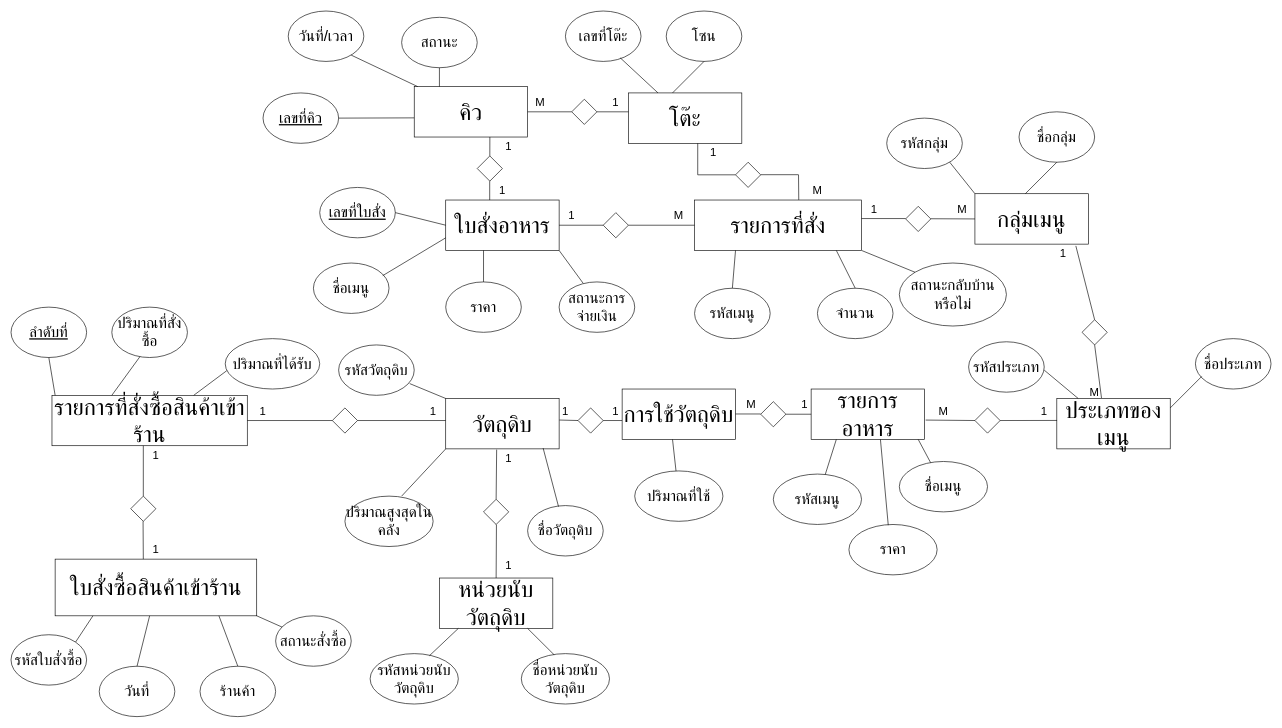
banthitamakjeen/git-workshop keeps this draw.io diagram as แบบแผนที่ยังไม่ได้ตั้งชื่อ.drawio. Above is the earlier version. Source tidied: cells renumbered, new cells numbered last; positions are measured from the earlier drawing's top-left corner, leaving out a move shared by most shapes. Both pictures are drawn from the tidied source at 63%, with x=0, y=0 at pixel (11, 11).
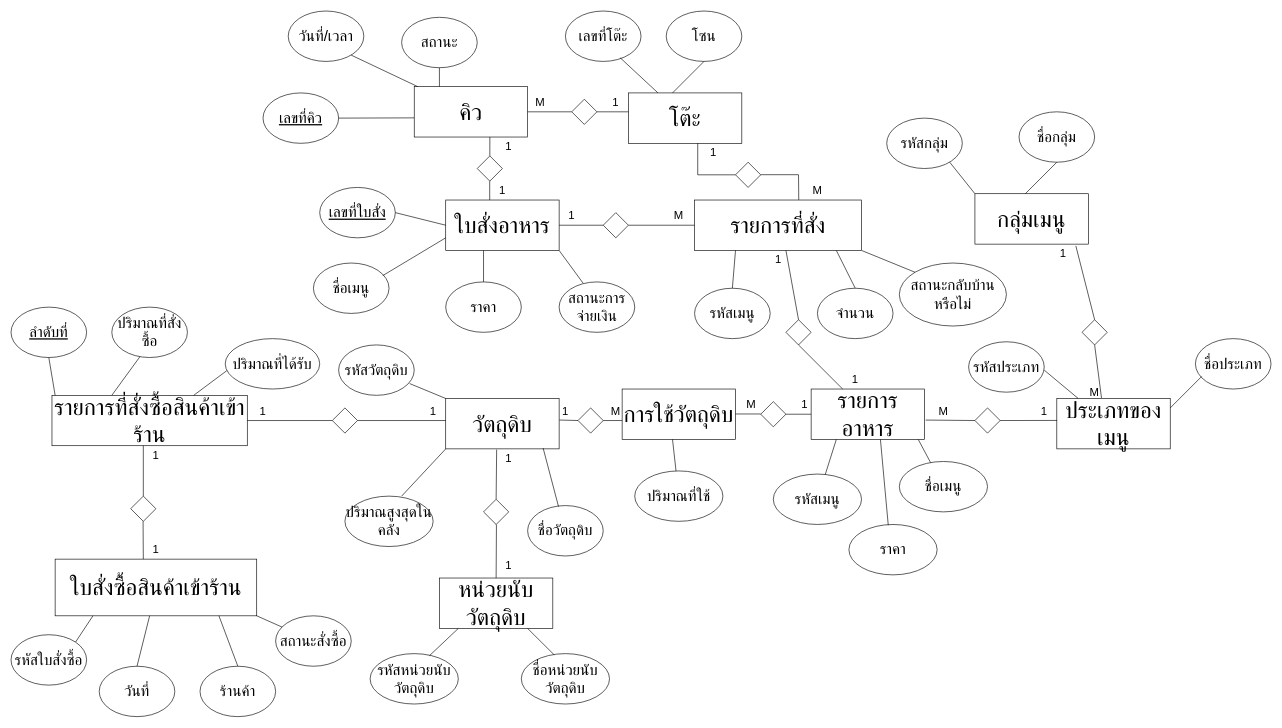
The same page after the edit.

The change refers to these unchanged cells:
```xml
<mxCell id="18" value="&lt;font style=&quot;font-size: 36px;&quot;&gt;รายการอาหาร&lt;/font&gt;" style="rounded=0;whiteSpace=wrap;html=1;" parent="1" vertex="1">
  <mxGeometry x="1270" y="600" width="180" height="80" as="geometry" />
</mxCell>
<mxCell id="20" value="&lt;font style=&quot;font-size: 36px;&quot;&gt;กลุ่มเมนู&lt;/font&gt;" style="rounded=0;whiteSpace=wrap;html=1;" parent="1" vertex="1">
  <mxGeometry x="1530" y="290" width="180" height="80" as="geometry" />
</mxCell>
```

The edit, as a diff of the source:
```diff
@@
-    <mxCell id="49" style="rhombus;whiteSpace=wrap;html=1;" parent="1" vertex="1">
-      <mxGeometry x="1420" y="310" width="40" height="40" as="geometry" />
-    </mxCell>
@@
-    <mxCell id="65" style="endArrow=none;html=1;rounded=0;exitX=1;exitY=0.5;exitDx=0;exitDy=0;entryX=0;entryY=0.5;entryDx=0;entryDy=0;" parent="1" edge="1">
-      <mxGeometry relative="1" as="geometry">
-        <mxPoint x="1350" y="329.4" as="sourcePoint" />
-        <mxPoint x="1420" y="329.4" as="targetPoint" />
-      </mxGeometry>
-    </mxCell>
-    <mxCell id="66" style="endArrow=none;html=1;rounded=0;exitX=1;exitY=0.5;exitDx=0;exitDy=0;entryX=0;entryY=0.5;entryDx=0;entryDy=0;" parent="1" edge="1" target="20">
-      <mxGeometry relative="1" as="geometry">
-        <mxPoint x="1460" y="329.7" as="sourcePoint" />
-      </mxGeometry>
-    </mxCell>
@@
-    <mxCell id="122" value="&lt;font style=&quot;font-size: 18px;&quot;&gt;1&lt;/font&gt;" style="text;html=1;align=center;verticalAlign=middle;whiteSpace=wrap;rounded=0;" parent="1" vertex="1">
-      <mxGeometry x="1340" y="300" width="60" height="30" as="geometry" />
-    </mxCell>
-    <mxCell id="123" value="&lt;font style=&quot;font-size: 18px;&quot;&gt;M&lt;/font&gt;" style="text;html=1;align=center;verticalAlign=middle;whiteSpace=wrap;rounded=0;" parent="1" vertex="1">
-      <mxGeometry x="1480" y="300" width="60" height="30" as="geometry" />
-    </mxCell>
@@
-    <mxCell id="132" value="&lt;font style=&quot;font-size: 18px;&quot;&gt;1&lt;/font&gt;" style="text;html=1;align=center;verticalAlign=middle;whiteSpace=wrap;rounded=0;" parent="1" vertex="1">
+    <mxCell id="132" value="&lt;font style=&quot;font-size: 18px;&quot;&gt;M&lt;/font&gt;" style="text;html=1;align=center;verticalAlign=middle;whiteSpace=wrap;rounded=0;" parent="1" vertex="1">
       <mxGeometry x="930" y="620" width="60" height="30" as="geometry" />
     </mxCell>
@@
+    <mxCell id="140" style="rhombus;whiteSpace=wrap;html=1;" parent="1" vertex="1">
+      <mxGeometry x="1230" y="490" width="40" height="40" as="geometry" />
+    </mxCell>
+    <mxCell id="141" style="endArrow=none;html=1;rounded=0;entryX=0.89;entryY=1.035;entryDx=0;entryDy=0;entryPerimeter=0;exitX=0.5;exitY=0;exitDx=0;exitDy=0;" parent="1" edge="1" source="140">
+      <mxGeometry relative="1" as="geometry">
+        <mxPoint x="1230" y="380" as="targetPoint" />
+      </mxGeometry>
+    </mxCell>
+    <mxCell id="142" style="endArrow=none;html=1;rounded=0;entryX=0.89;entryY=1.035;entryDx=0;entryDy=0;entryPerimeter=0;" parent="1" edge="1" source="18">
+      <mxGeometry relative="1" as="geometry">
+        <mxPoint x="1250" y="530" as="targetPoint" />
+      </mxGeometry>
+    </mxCell>
+    <mxCell id="143" value="&lt;font style=&quot;font-size: 18px;&quot;&gt;1&lt;/font&gt;" style="text;html=1;align=center;verticalAlign=middle;whiteSpace=wrap;rounded=0;" parent="1" vertex="1">
+      <mxGeometry x="1187.5" y="380" width="60" height="30" as="geometry" />
+    </mxCell>
+    <mxCell id="144" value="&lt;font style=&quot;font-size: 18px;&quot;&gt;1&lt;/font&gt;" style="text;html=1;align=center;verticalAlign=middle;whiteSpace=wrap;rounded=0;" parent="1" vertex="1">
+      <mxGeometry x="1310" y="570" width="60" height="30" as="geometry" />
+    </mxCell>
```
